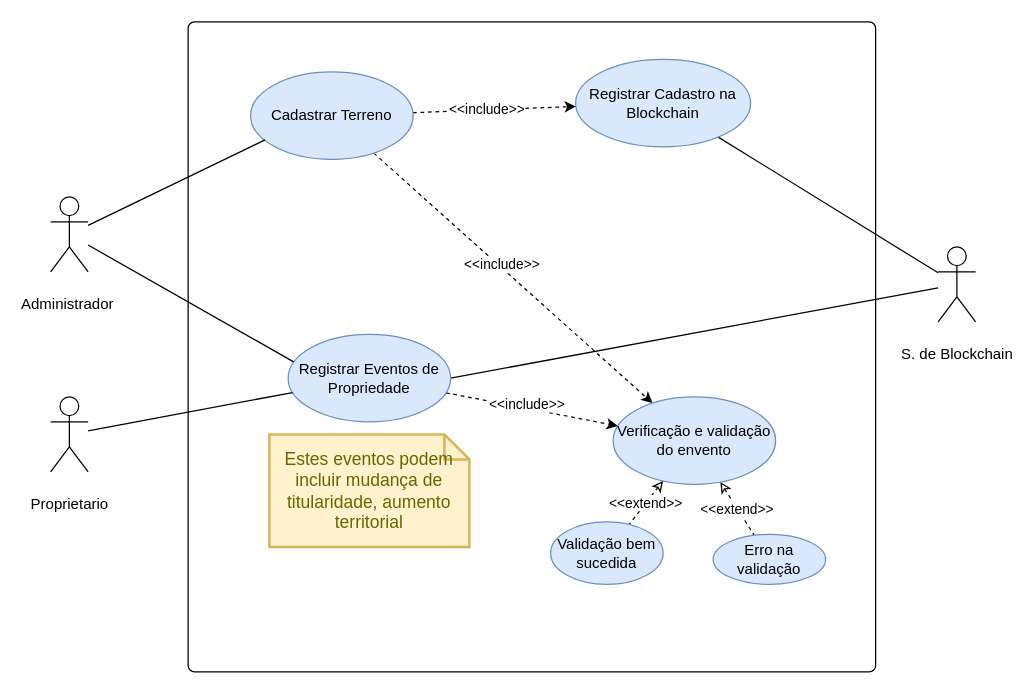
Above: page "use-case-GestaodeTerrenos" (1 of 3) of use-case-diagram.drawio in PatentTerrenos/diagrams (draw.io), before the change. Source tidied: cells renumbered, new cells numbered last; positions are measured from the earlier drawing's top-left corner, leaving out a move shared by most shapes. Both pictures are drawn from the tidied source at 125%, with x=0, y=0 at pixel (50, 21).
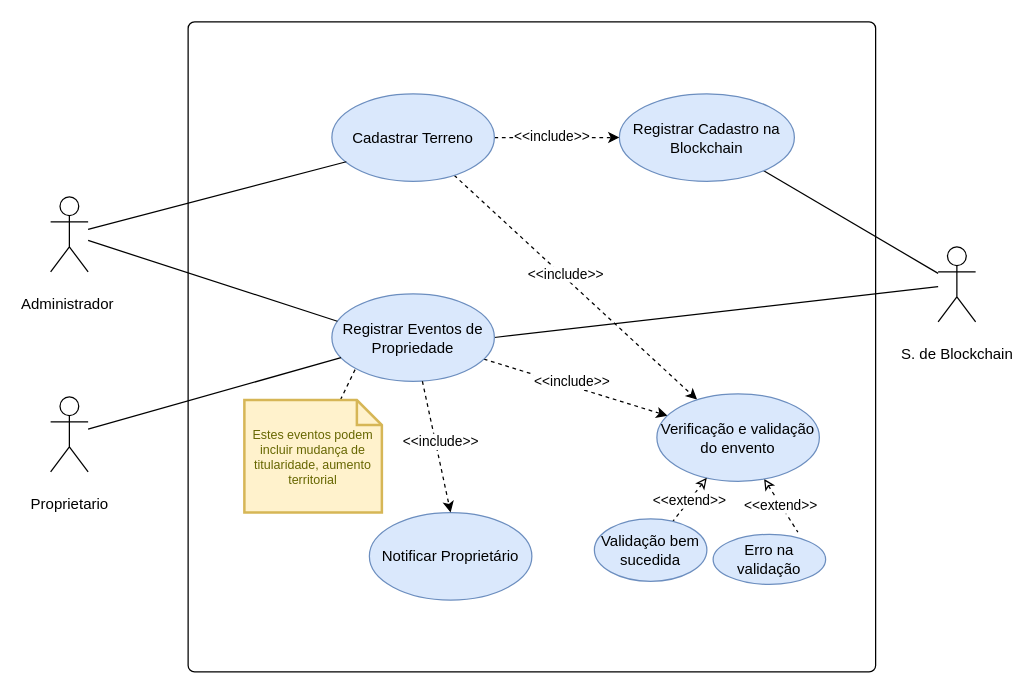
Above is the later version.

Unchanged cells that the change refers to:
```xml
<mxCell id="24" value="&lt;p dir=&quot;ltr&quot;&gt;Erro na validação&lt;/p&gt;" style="ellipse;whiteSpace=wrap;html=1;fillColor=#dae8fc;strokeColor=#6c8ebf;" parent="1" vertex="1">
  <mxGeometry x="530" y="410" width="90" height="40" as="geometry" />
</mxCell>
```

Diff of the diagram source:
```diff
@@
     <mxCell id="7" value="&lt;p dir=&quot;ltr&quot;&gt;Registrar Cadastro na Blockchain&lt;/p&gt;" style="ellipse;whiteSpace=wrap;html=1;fillColor=#dae8fc;strokeColor=#6c8ebf;" parent="1" vertex="1">
-      <mxGeometry x="420" y="30" width="140" height="70" as="geometry" />
+      <mxGeometry x="455" y="57.5" width="140" height="70" as="geometry" />
     </mxCell>
@@
     <mxCell id="12" value="&lt;p dir=&quot;ltr&quot;&gt;Cadastrar Terreno&lt;/p&gt;" style="ellipse;whiteSpace=wrap;html=1;fillColor=#dae8fc;strokeColor=#6c8ebf;" parent="1" vertex="1">
-      <mxGeometry x="160" y="40" width="130" height="70" as="geometry" />
+      <mxGeometry x="225" y="57.5" width="130" height="70" as="geometry" />
     </mxCell>
@@
     <mxCell id="15" value="&lt;p dir=&quot;ltr&quot;&gt;Registrar Eventos de Propriedade&lt;/p&gt;" style="ellipse;whiteSpace=wrap;html=1;fillColor=#dae8fc;strokeColor=#6c8ebf;" parent="1" vertex="1">
-      <mxGeometry x="190" y="250" width="130" height="70" as="geometry" />
+      <mxGeometry x="225" y="217.5" width="130" height="70" as="geometry" />
     </mxCell>
@@
-    <mxCell id="20" style="rounded=0;jettySize=auto;html=1;startArrow=classic;startFill=0;endArrow=none;dashed=1;" parent="1" edge="1" source="22" target="24">
-      <mxGeometry relative="1" as="geometry" />
+    <mxCell id="20" style="rounded=0;jettySize=auto;html=1;startArrow=classic;startFill=0;endArrow=none;dashed=1;" parent="1" edge="1" source="22">
+      <mxGeometry relative="1" as="geometry">
+        <mxPoint x="597.8" y="408.2" as="targetPoint" />
+      </mxGeometry>
     </mxCell>
@@
     <mxCell id="22" value="&lt;p dir=&quot;ltr&quot;&gt;Verificação e validação do envento&lt;/p&gt;" style="ellipse;whiteSpace=wrap;html=1;fillColor=#dae8fc;strokeColor=#6c8ebf;" parent="1" vertex="1">
-      <mxGeometry x="450" y="300" width="130" height="70" as="geometry" />
+      <mxGeometry x="485" y="297.5" width="130" height="70" as="geometry" />
     </mxCell>
+    <mxCell id="28" style="rounded=0;jettySize=auto;html=1;entryX=0;entryY=1;entryDx=0;entryDy=0;endArrow=none;startFill=0;dashed=1;" parent="1" edge="1" source="23" target="15">
+      <mxGeometry relative="1" as="geometry" />
+    </mxCell>
-    <mxCell id="23" value="Estes eventos podem incluir mudança de titularidade, aumento territorial" style="shape=note;strokeWidth=2;fontSize=14;size=20;whiteSpace=wrap;html=1;fillColor=#fff2cc;strokeColor=#d6b656;fontColor=#666600;" parent="1" vertex="1">
-      <mxGeometry x="175" y="330" width="160" height="90" as="geometry" />
+    <mxCell id="23" value="Estes eventos podem incluir mudança de titularidade, aumento territorial" style="shape=note;strokeWidth=2;fontSize=10;size=20;whiteSpace=wrap;html=1;fillColor=#fff2cc;strokeColor=#d6b656;fontColor=#666600;" parent="1" vertex="1">
+      <mxGeometry x="155" y="302.5" width="110" height="90" as="geometry" />
     </mxCell>
@@
     <mxCell id="27" value="&lt;p dir=&quot;ltr&quot;&gt;Validação bem sucedida&lt;/p&gt;" style="ellipse;whiteSpace=wrap;html=1;fillColor=#dae8fc;strokeColor=#6c8ebf;" parent="1" vertex="1">
-      <mxGeometry x="400" y="400" width="90" height="50" as="geometry" />
+      <mxGeometry x="435" y="397.5" width="90" height="50" as="geometry" />
     </mxCell>
+    <mxCell id="29" value="&lt;p dir=&quot;ltr&quot;&gt;Notificar Proprietário&lt;/p&gt;" style="ellipse;whiteSpace=wrap;html=1;fillColor=#dae8fc;strokeColor=#6c8ebf;" parent="1" vertex="1">
+      <mxGeometry x="255" y="392.5" width="130" height="70" as="geometry" />
+    </mxCell>
+    <mxCell id="30" style="rounded=0;jettySize=auto;html=1;strokeColor=default;dashed=1;entryX=0.5;entryY=0;entryDx=0;entryDy=0;exitX=0.557;exitY=1;exitDx=0;exitDy=0;exitPerimeter=0;" parent="1" edge="1" source="15" target="29">
+      <mxGeometry relative="1" as="geometry" />
+    </mxCell>
+    <mxCell id="31" value="&amp;lt;&amp;lt;include&amp;gt;&amp;gt;" style="edgeLabel;html=1;align=center;verticalAlign=middle;" parent="30" vertex="1">
+      <mxGeometry x="-0.07" y="4" relative="1" as="geometry" />
+    </mxCell>
```
